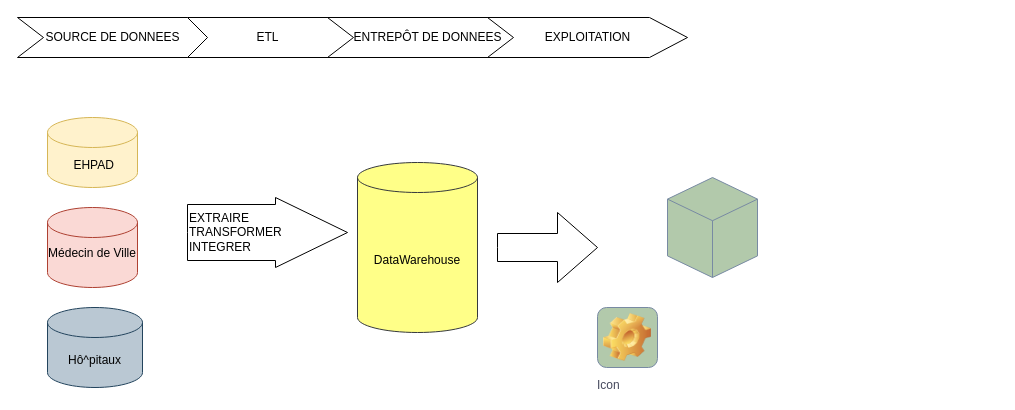
Earlier version of the draw.io diagram Partie_2/Untitled Diagram.drawio (agossouvo/creez_un_dashboard). Source tidied: cells renumbered, new cells numbered last; positions are measured from the earlier drawing's top-left corner, leaving out a move shared by most shapes. Both pictures are drawn from the tidied source at 100%, with x=0, y=0 at pixel (17, 17). Pictures stored in the file or linked from it are replaced by grey dashed boxes.
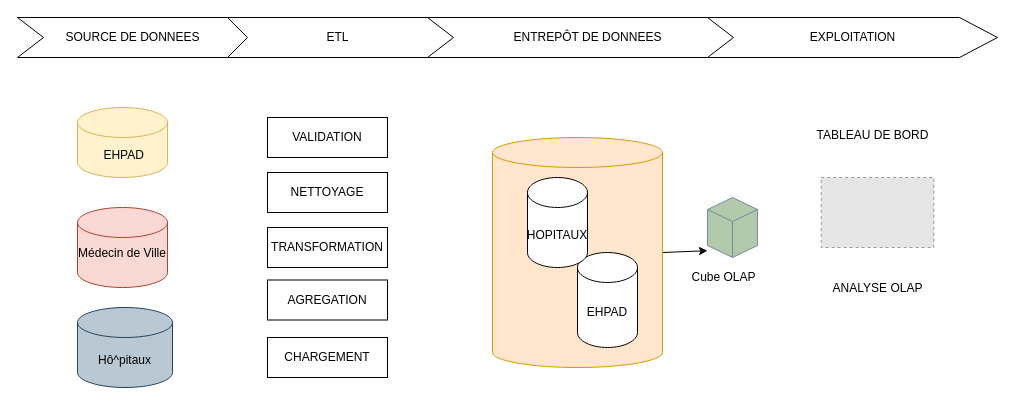
The same page after the edit.

Commit message (it also covers changes not shown here):
Mettre à jour Untitled Diagram.drawio

Change to the diagram source:
```diff
@@
     <mxCell id="2" style="html=1;whiteSpace=wrap;shape=isoCube2;backgroundOutline=1;isoAngle=15;fillColor=#B2C9AB;strokeColor=#788AA3;fontColor=#46495D;" parent="1" vertex="1">
-      <mxGeometry x="650" y="160" width="90" height="100" as="geometry" />
+      <mxGeometry x="690" y="180" width="50" height="60" as="geometry" />
     </mxCell>
     <mxCell id="3" value="&lt;div&gt;Médecin de Ville&lt;/div&gt;&lt;div&gt;&lt;br&gt;&lt;/div&gt;" style="shape=cylinder3;whiteSpace=wrap;html=1;boundedLbl=1;backgroundOutline=1;size=15;fillColor=#fad9d5;strokeColor=#ae4132;" parent="1" vertex="1">
-      <mxGeometry x="30" y="190" width="90" height="80" as="geometry" />
+      <mxGeometry x="60" y="190" width="90" height="80" as="geometry" />
     </mxCell>
     <mxCell id="4" value="&amp;nbsp;EHPAD" style="shape=cylinder3;whiteSpace=wrap;html=1;boundedLbl=1;backgroundOutline=1;size=15;labelBorderColor=none;fillColor=#fff2cc;strokeColor=#d6b656;" parent="1" vertex="1">
-      <mxGeometry x="30" y="100" width="90" height="70" as="geometry" />
+      <mxGeometry x="60" y="90" width="90" height="70" as="geometry" />
     </mxCell>
@@
+    <mxCell id="15" style="edgeStyle=none;rounded=0;jettySize=auto;html=1;exitX=1;exitY=0.5;exitDx=0;exitDy=0;exitPerimeter=0;entryX=0;entryY=0;entryDx=0;entryDy=53.19448686439188;entryPerimeter=0;" parent="1" edge="1" source="6" target="2">
+      <mxGeometry relative="1" as="geometry" />
+    </mxCell>
-    <mxCell id="6" value="DataWarehouse" style="shape=cylinder3;whiteSpace=wrap;html=1;boundedLbl=1;backgroundOutline=1;size=15;fillColor=#ffff88;strokeColor=#36393d;" parent="1" vertex="1">
-      <mxGeometry x="340" y="145" width="120" height="170" as="geometry" />
+    <mxCell id="6" style="shape=cylinder3;whiteSpace=wrap;html=1;boundedLbl=1;backgroundOutline=1;size=15;fillColor=#ffe6cc;strokeColor=#d79b00;" parent="1" vertex="1">
+      <mxGeometry x="475" y="120" width="170" height="230" as="geometry" />
     </mxCell>
     <mxCell id="7" value="Hô^pitaux" style="shape=cylinder3;whiteSpace=wrap;html=1;boundedLbl=1;backgroundOutline=1;size=15;fillColor=#bac8d3;strokeColor=#23445d;" parent="1" vertex="1">
-      <mxGeometry x="30" y="290" width="95" height="80" as="geometry" />
+      <mxGeometry x="60" y="290" width="95" height="80" as="geometry" />
     </mxCell>
-    <mxCell id="8" value="&lt;div&gt;&lt;br&gt;&lt;/div&gt;&lt;div&gt;EXTRAIRE&lt;/div&gt;&lt;div&gt;TRANSFORMER&lt;/div&gt;&lt;div&gt;INTEGRER&lt;br&gt;&lt;/div&gt;&lt;div&gt;&lt;br&gt;&lt;/div&gt;" style="html=1;shadow=0;dashed=0;align=left;verticalAlign=middle;shape=mxgraph.arrows2.arrow;dy=0.2;dx=72;notch=0;" parent="1" vertex="1">
-      <mxGeometry x="170" y="180" width="160" height="70" as="geometry" />
-    </mxCell>
-    <mxCell id="9" style="html=1;shadow=0;dashed=0;align=center;verticalAlign=middle;shape=mxgraph.arrows2.arrow;dy=0.6;dx=40;notch=0;" parent="1" vertex="1">
-      <mxGeometry x="480" y="195" width="100" height="70" as="geometry" />
-    </mxCell>
-    <mxCell id="10" value="Icon" style="icon;html=1;image=img/clipart/Gear_128x128.png;align=left;fillColor=#B2C9AB;strokeColor=#788AA3;fontColor=#46495D;" parent="1" vertex="1">
-      <mxGeometry x="580" y="290" width="60" height="60" as="geometry" />
-    </mxCell>
-    <mxCell id="11" value="ETL" style="html=1;shadow=0;dashed=0;align=center;verticalAlign=middle;shape=mxgraph.arrows2.arrow;dy=0;dx=38;notch=26;" parent="1" vertex="1">
-      <mxGeometry x="150" width="200" height="40" as="geometry" />
+    <mxCell id="11" value="ETL" style="html=1;shadow=0;dashed=0;align=center;verticalAlign=middle;shape=mxgraph.arrows2.arrow;dy=0;dx=29;notch=26;" parent="1" vertex="1">
+      <mxGeometry x="200" width="240" height="40" as="geometry" />
     </mxCell>
     <mxCell id="12" value="SOURCE DE DONNEES" style="html=1;shadow=0;dashed=0;align=center;verticalAlign=middle;shape=mxgraph.arrows2.arrow;dy=0;dx=20;notch=26;" parent="1" vertex="1">
-      <mxGeometry width="190" height="40" as="geometry" />
+      <mxGeometry width="230" height="40" as="geometry" />
     </mxCell>
     <mxCell id="13" value="ENTREPÔT DE DONNEES" style="html=1;shadow=0;dashed=0;align=center;verticalAlign=middle;shape=mxgraph.arrows2.arrow;dy=0;dx=38;notch=26;" parent="1" vertex="1">
-      <mxGeometry x="310" width="200" height="40" as="geometry" />
+      <mxGeometry x="410" width="320" height="40" as="geometry" />
     </mxCell>
     <mxCell id="14" value="EXPLOITATION" style="html=1;shadow=0;dashed=0;align=center;verticalAlign=middle;shape=mxgraph.arrows2.arrow;dy=0;dx=38;notch=26;" parent="1" vertex="1">
-      <mxGeometry x="470" width="200" height="40" as="geometry" />
+      <mxGeometry x="690" width="290" height="40" as="geometry" />
     </mxCell>
+    <mxCell id="16" value="CHARGEMENT" style="whiteSpace=wrap;html=1;" parent="1" vertex="1">
+      <mxGeometry x="250" y="320" width="120" height="40" as="geometry" />
+    </mxCell>
+    <mxCell id="17" value="TRANSFORMATION" style="whiteSpace=wrap;html=1;" parent="1" vertex="1">
+      <mxGeometry x="250" y="210" width="120" height="40" as="geometry" />
+    </mxCell>
+    <mxCell id="18" value="NETTOYAGE" style="whiteSpace=wrap;html=1;" parent="1" vertex="1">
+      <mxGeometry x="250" y="155" width="120" height="40" as="geometry" />
+    </mxCell>
+    <mxCell id="19" value="VALIDATION" style="whiteSpace=wrap;html=1;" parent="1" vertex="1">
+      <mxGeometry x="250" y="100" width="120" height="40" as="geometry" />
+    </mxCell>
+    <mxCell id="20" style="edgeStyle=orthogonalEdgeStyle;rounded=0;orthogonalLoop=1;jettySize=auto;html=1;exitX=0.5;exitY=1;exitDx=0;exitDy=0;" parent="1" edge="1" source="17" target="17">
+      <mxGeometry relative="1" as="geometry" />
+    </mxCell>
+    <mxCell id="21" value="AGREGATION" style="whiteSpace=wrap;html=1;" parent="1" vertex="1">
+      <mxGeometry x="250" y="262.5" width="120" height="40" as="geometry" />
+    </mxCell>
+    <mxCell id="22" style="fillColor=#E6E6E6;strokeColor=#999999;dashed=1;verticalLabelPosition=bottom;verticalAlign=top;" parent="1" vertex="1">
+      <mxGeometry x="803.7" y="160" width="112.7" height="70" as="geometry" />
+    </mxCell>
+    <mxCell id="23" value="EHPAD" style="shape=cylinder3;whiteSpace=wrap;html=1;boundedLbl=1;backgroundOutline=1;size=15;" parent="1" vertex="1">
+      <mxGeometry x="560" y="235" width="60" height="95" as="geometry" />
+    </mxCell>
+    <mxCell id="24" value="&lt;div align=&quot;center&quot;&gt;HOPITAUX&lt;/div&gt;" style="shape=cylinder3;whiteSpace=wrap;html=1;boundedLbl=1;backgroundOutline=1;size=15;align=center;" parent="1" vertex="1">
+      <mxGeometry x="510" y="160" width="60" height="90" as="geometry" />
+    </mxCell>
+    <mxCell id="25" value="Cube OLAP" style="text;html=1;align=center;verticalAlign=middle;" parent="1" vertex="1">
+      <mxGeometry x="666.3" y="250" width="80" height="20" as="geometry" />
+    </mxCell>
+    <mxCell id="26" value="&lt;div&gt;ANALYSE OLAP&lt;/div&gt;&lt;div&gt;&lt;br&gt;&lt;/div&gt;" style="text;html=1;align=center;verticalAlign=middle;" parent="1" vertex="1">
+      <mxGeometry x="810" y="262.5" width="100" height="30" as="geometry" />
+    </mxCell>
+    <mxCell id="27" value="&lt;div&gt;TABLEAU DE BORD&lt;/div&gt;&lt;div&gt;&lt;br&gt;&lt;/div&gt;" style="text;html=1;align=center;verticalAlign=middle;" parent="1" vertex="1">
+      <mxGeometry x="790" y="110" width="130" height="30" as="geometry" />
+    </mxCell>
```
